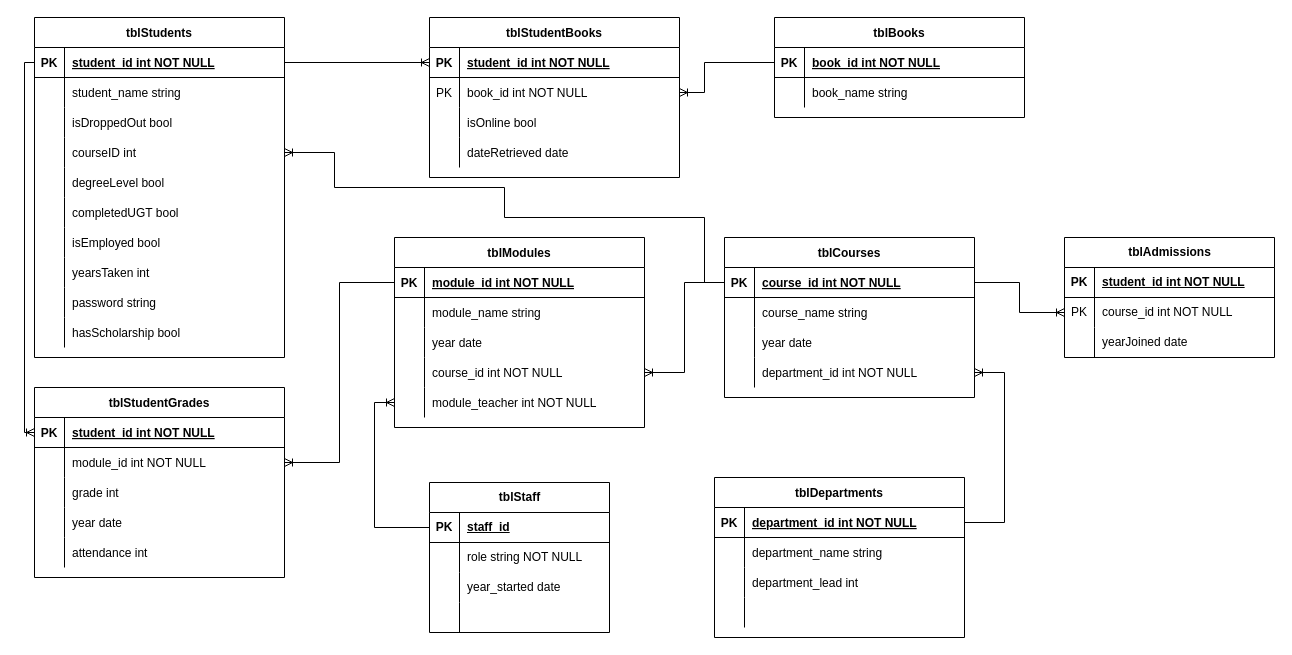
Before: page "Page-1" (1 of 2) of ERD2.drawio in bensolo12/Databases2, a draw.io diagram. Source tidied: cells renumbered, new cells numbered last; positions are measured from the earlier drawing's top-left corner, leaving out a move shared by most shapes. Both pictures are drawn from the tidied source at 100%, with x=0, y=0 at pixel (34, 17).
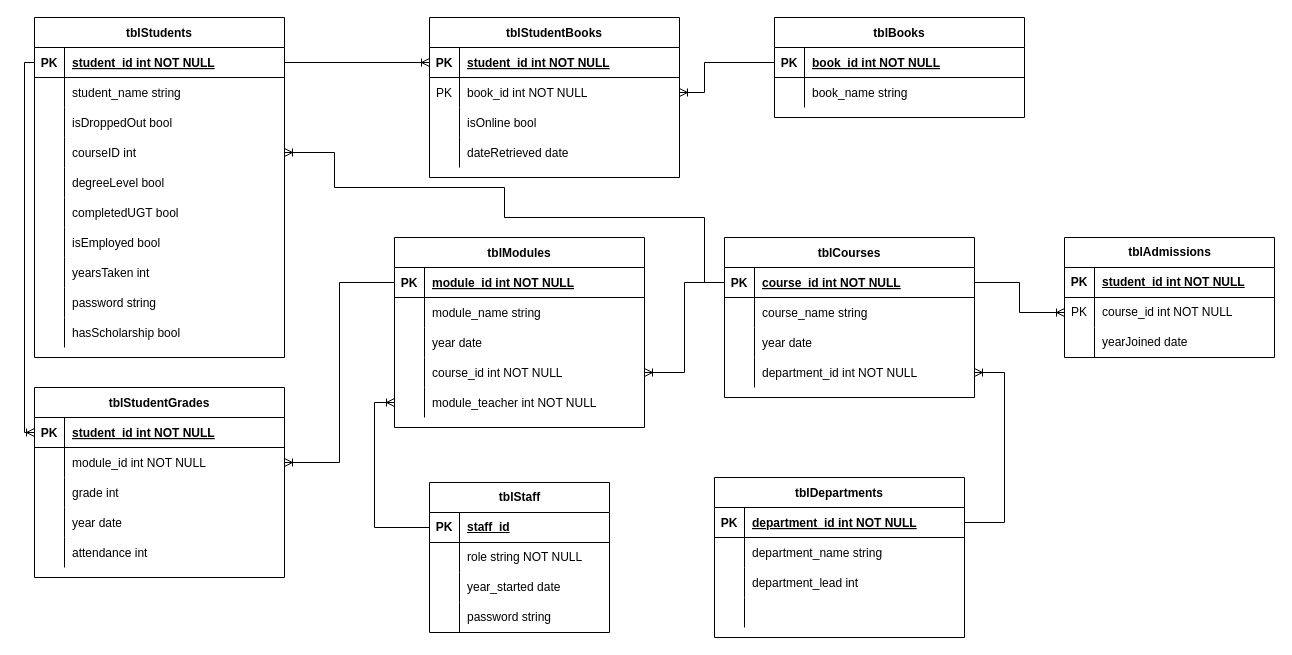
The same page after the edit.

The change refers to these unchanged cells:
```xml
<mxCell id="126" style="shape=tableRow;horizontal=0;startSize=0;swimlaneHead=0;swimlaneBody=0;fillColor=none;top=0;left=0;right=0;bottom=0;" parent="116" vertex="1">
  <mxGeometry y="120" width="180" height="30" as="geometry" />
</mxCell>
```

Diff of the diagram source:
```diff
@@
-    <mxCell id="128" style="shape=partialRectangle;fillColor=none;top=0;left=0;bottom=0;right=0;align=left;spacingLeft=6;overflow=hidden;whiteSpace=wrap;html=1;" parent="126" vertex="1">
+    <mxCell id="128" value="password string" style="shape=partialRectangle;fillColor=none;top=0;left=0;bottom=0;right=0;align=left;spacingLeft=6;overflow=hidden;whiteSpace=wrap;html=1;" parent="126" vertex="1">
       <mxGeometry x="30" width="150" height="30" as="geometry" />
     </mxCell>
```
